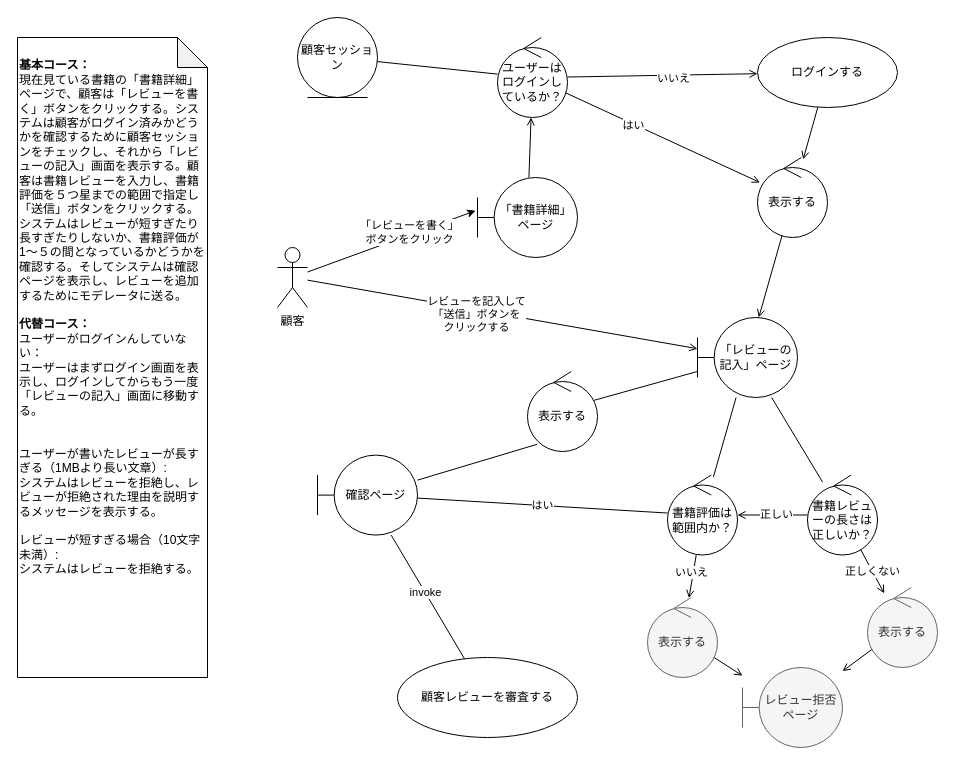
The draw.io diagram architecture/robastness/顧客レビューを書く.drawio in rinotc/practice_iconix, before the edit. Source tidied: cells renumbered, new cells numbered last; positions are measured from the earlier drawing's top-left corner, leaving out a move shared by most shapes. Both pictures are drawn from the tidied source at 100%, with x=0, y=0 at pixel (17, 17).
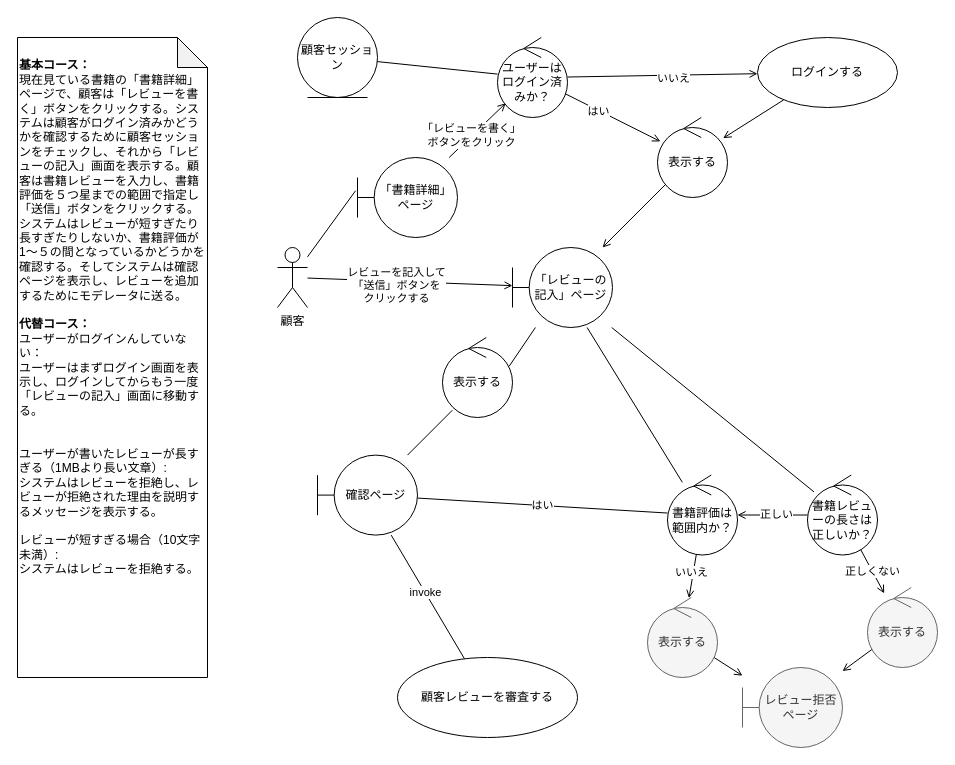
The same diagram, later.

Commit message:
Update 顧客レビューを書く.drawio

Unchanged cells that the change refers to:
```xml
<mxCell id="7" value="顧客" style="shape=umlActor;verticalLabelPosition=bottom;verticalAlign=top;html=1;" parent="1" vertex="1">
  <mxGeometry x="260" y="230" width="30" height="60" as="geometry" />
</mxCell>
<mxCell id="22" style="edgeStyle=none;rounded=0;jettySize=auto;html=1;endArrow=open;endFill=0;" parent="1" edge="1" source="23" target="38">
  <mxGeometry relative="1" as="geometry" />
</mxCell>
```

What changed in the source:
```diff
@@
-    <mxCell id="3" style="rounded=0;jettySize=auto;html=1;entryX=-0.019;entryY=0.415;entryDx=0;entryDy=0;entryPerimeter=0;" parent="1" edge="1" source="7" target="23">
+    <mxCell id="3" style="rounded=0;jettySize=auto;html=1;entryX=-0.019;entryY=0.415;entryDx=0;entryDy=0;entryPerimeter=0;endArrow=none;endFill=0;" parent="1" edge="1" source="7" target="23">
       <mxGeometry relative="1" as="geometry" />
     </mxCell>
-    <mxCell id="4" value="「レビューを書く」&lt;br&gt;ボタンをクリック" style="edgeLabel;html=1;align=center;verticalAlign=middle;" parent="3" vertex="1">
-      <mxGeometry x="0.22" y="3" relative="1" as="geometry" />
-    </mxCell>
@@
     <mxCell id="11" value="「レビューの記入」ページ" style="shape=umlBoundary;whiteSpace=wrap;html=1;" parent="1" vertex="1">
-      <mxGeometry x="680" y="300" width="100" height="80" as="geometry" />
+      <mxGeometry x="495" y="230" width="100" height="80" as="geometry" />
     </mxCell>
@@
+    <mxCell id="4" value="「レビューを書く」&lt;br&gt;ボタンをクリック" style="edgeLabel;html=1;align=center;verticalAlign=middle;" parent="22" vertex="1">
+      <mxGeometry x="-0.2" y="1" relative="1" as="geometry" />
+    </mxCell>
     <mxCell id="23" value="「書籍詳細」ページ" style="shape=umlBoundary;whiteSpace=wrap;html=1;" parent="1" vertex="1">
-      <mxGeometry x="460" y="160" width="100" height="80" as="geometry" />
+      <mxGeometry x="340" y="140" width="100" height="80" as="geometry" />
     </mxCell>
@@
     <mxCell id="25" value="表示する" style="ellipse;shape=umlControl;whiteSpace=wrap;html=1;" parent="1" vertex="1">
-      <mxGeometry x="740" y="140" width="70" height="80" as="geometry" />
+      <mxGeometry x="640" y="100" width="70" height="80" as="geometry" />
     </mxCell>
@@
     <mxCell id="30" value="表示する" style="ellipse;shape=umlControl;whiteSpace=wrap;html=1;" parent="1" vertex="1">
-      <mxGeometry x="510" y="354" width="70" height="80" as="geometry" />
+      <mxGeometry x="425" y="320" width="70" height="80" as="geometry" />
     </mxCell>
@@
-    <mxCell id="38" value="ユーザーはログインしているか？" style="ellipse;shape=umlControl;whiteSpace=wrap;html=1;" parent="1" vertex="1">
+    <mxCell id="38" value="ユーザーはログイン済みか？" style="ellipse;shape=umlControl;whiteSpace=wrap;html=1;" parent="1" vertex="1">
       <mxGeometry x="480" y="20" width="70" height="80" as="geometry" />
     </mxCell>
```
